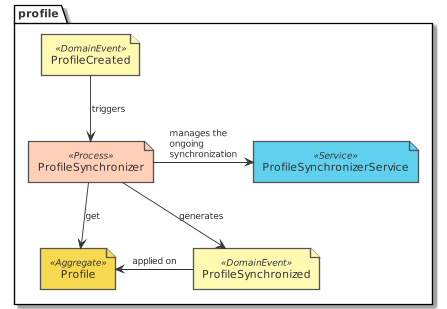
Above: paper/design_profile_eventstorming_synchronize_profiles_manage.png in tmorin/dorders (PlantUML), before the change. The source it was exported from:
```plantuml
@startuml design_profile_eventstorming_synchronize_profiles_manage
!include common.puml
!include ../.gdiag/plantuml-libs/eventstorming/eventstorming-all.puml
package profile {
  domain_event('ProfileCreated')
  domain_event('ProfileSynchronized')
  service('ProfileSynchronizerService')
  aggregate('Profile')
  process('ProfileSynchronizer')
}

ProfileCreated -d-> ProfileSynchronizer : triggers
ProfileSynchronizer --> Profile : get
ProfileSynchronizer -r-> ProfileSynchronizerService : manages the ongoing synchronization
ProfileSynchronizer --> ProfileSynchronized : generates
ProfileSynchronized -l-> Profile : applied on
@enduml
```
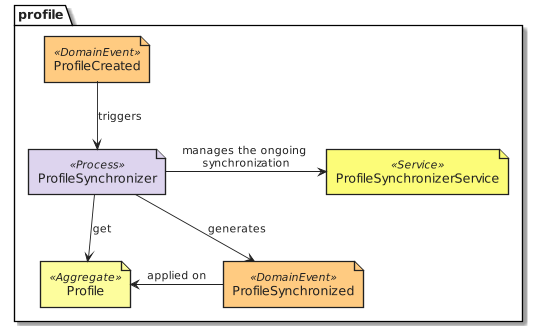
Later version of the same file.

Diff of the diagram source:
```diff
@@ -1,12 +1,11 @@
 @startuml design_profile_eventstorming_synchronize_profiles_manage
-!include common.puml
-!include ../.gdiag/plantuml-libs/eventstorming/eventstorming-all.puml
+!include common.eventstorming.puml
 package profile {
-  domain_event('ProfileCreated')
-  domain_event('ProfileSynchronized')
-  service('ProfileSynchronizerService')
-  aggregate('Profile')
-  process('ProfileSynchronizer')
+  DomainEvent('ProfileCreated')
+  DomainEvent('ProfileSynchronized')
+  Service('ProfileSynchronizerService')
+  Aggregate('Profile')
+  Process('ProfileSynchronizer')
 }
 
 ProfileCreated -d-> ProfileSynchronizer : triggers
```
